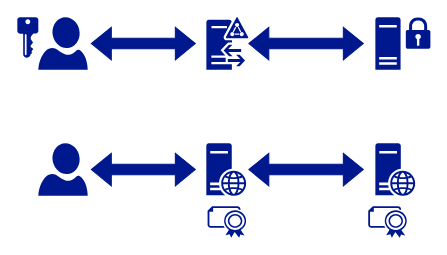
Above: page "cdn vs reverse proxy" (2 of 4) of proj/passthru.drawio.xml in gaukas/passthru (draw.io), before the change. Source tidied: cells renumbered, new cells numbered last; positions are measured from the earlier drawing's top-left corner, leaving out a move shared by most shapes. Both pictures are drawn from the tidied source at 105%, with x=0, y=0 at pixel (17, 17).
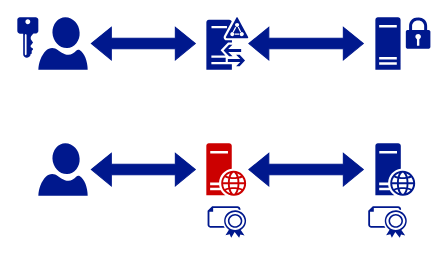
After the change.

Commit message (it also covers changes not shown here):
presentation draft

Diff of the diagram source:
```diff
@@
 <mxGraphModel>
   <root>
     <mxCell id="0" />
     <mxCell id="1" parent="0" />
     <mxCell id="2" style="sketch=0;shadow=0;dashed=0;html=1;strokeColor=none;labelPosition=center;verticalLabelPosition=bottom;verticalAlign=top;align=center;fillColor=#00188D;shape=mxgraph.azure.user;" parent="1" vertex="1">
       <mxGeometry x="20" width="47" height="50" as="geometry" />
     </mxCell>
     <mxCell id="3" style="sketch=0;shadow=0;dashed=0;html=1;strokeColor=none;labelPosition=center;verticalLabelPosition=bottom;verticalAlign=top;align=center;fillColor=#00188D;shape=mxgraph.mscae.enterprise.key_permissions;" parent="1" vertex="1">
       <mxGeometry width="20" height="38.5" as="geometry" />
     </mxCell>
     <mxCell id="4" style="sketch=0;shadow=0;dashed=0;html=1;strokeColor=none;labelPosition=center;verticalLabelPosition=bottom;verticalAlign=top;align=center;fillColor=#00188D;shape=mxgraph.mscae.enterprise.server_generic;" parent="1" vertex="1">
       <mxGeometry x="341" width="24" height="50" as="geometry" />
     </mxCell>
     <mxCell id="5" style="sketch=0;shadow=0;dashed=0;html=1;strokeColor=none;labelPosition=center;verticalLabelPosition=bottom;verticalAlign=top;align=center;fillColor=#00188D;shape=mxgraph.mscae.enterprise.lock;" parent="1" vertex="1">
       <mxGeometry x="370" width="23.4" height="30" as="geometry" />
     </mxCell>
     <mxCell id="6" style="shape=flexArrow;endArrow=classic;startArrow=block;html=1;rounded=0;strokeColor=#00188D;fillColor=#00188D;" parent="1" edge="1" source="7">
       <mxGeometry relative="1" as="geometry">
         <mxPoint x="330" y="25" as="targetPoint" />
       </mxGeometry>
     </mxCell>
     <mxCell id="7" style="sketch=0;shadow=0;dashed=0;html=1;strokeColor=none;labelPosition=center;verticalLabelPosition=bottom;verticalAlign=top;align=center;fillColor=#00188D;shape=mxgraph.mscae.enterprise.d;" parent="1" vertex="1">
       <mxGeometry x="180" width="40" height="50" as="geometry" />
     </mxCell>
     <mxCell id="8" style="shape=flexArrow;endArrow=block;startArrow=classic;html=1;rounded=0;strokeColor=#00188D;fillColor=#00188D;" parent="1" edge="1">
       <mxGeometry relative="1" as="geometry">
         <mxPoint x="70" y="25" as="sourcePoint" />
         <mxPoint x="170" y="25" as="targetPoint" />
       </mxGeometry>
     </mxCell>
     <mxCell id="9" style="sketch=0;shadow=0;dashed=0;html=1;strokeColor=none;labelPosition=center;verticalLabelPosition=bottom;verticalAlign=top;align=center;fillColor=#00188D;shape=mxgraph.azure.user;" parent="1" vertex="1">
       <mxGeometry x="20" y="120" width="47" height="50" as="geometry" />
     </mxCell>
     <mxCell id="10" style="shape=flexArrow;endArrow=classic;startArrow=block;html=1;rounded=0;strokeColor=#00188D;fillColor=#00188D;" parent="1" edge="1">
       <mxGeometry relative="1" as="geometry">
         <mxPoint x="220" y="145" as="sourcePoint" />
         <mxPoint x="330" y="145" as="targetPoint" />
       </mxGeometry>
     </mxCell>
     <mxCell id="11" style="shape=flexArrow;endArrow=block;startArrow=classic;html=1;rounded=0;strokeColor=#00188D;fillColor=#00188D;" parent="1" edge="1">
       <mxGeometry relative="1" as="geometry">
         <mxPoint x="70" y="145" as="sourcePoint" />
         <mxPoint x="170" y="145" as="targetPoint" />
       </mxGeometry>
     </mxCell>
     <mxCell id="12" style="sketch=0;shadow=0;dashed=0;html=1;strokeColor=none;labelPosition=center;verticalLabelPosition=bottom;verticalAlign=top;align=center;fillColor=#00188D;shape=mxgraph.azure.certificate;" parent="1" vertex="1">
       <mxGeometry x="334.2" y="180" width="37.5" height="30" as="geometry" />
     </mxCell>
     <mxCell id="13" style="sketch=0;shadow=0;dashed=0;html=1;strokeColor=none;labelPosition=center;verticalLabelPosition=bottom;verticalAlign=top;align=center;fillColor=#00188D;shape=mxgraph.azure.certificate;" parent="1" vertex="1">
       <mxGeometry x="181.2" y="180" width="37.5" height="30" as="geometry" />
     </mxCell>
-    <mxCell id="14" style="sketch=0;shadow=0;dashed=0;html=1;strokeColor=none;labelPosition=center;verticalLabelPosition=bottom;verticalAlign=top;align=center;fillColor=#00188D;shape=mxgraph.mscae.enterprise.web_server;" parent="1" vertex="1">
+    <mxCell id="14" style="sketch=0;shadow=0;dashed=0;html=1;strokeColor=none;labelPosition=center;verticalLabelPosition=bottom;verticalAlign=top;align=center;fillColor=#CC0000;shape=mxgraph.mscae.enterprise.web_server;" parent="1" vertex="1">
       <mxGeometry x="180" y="120" width="38" height="50" as="geometry" />
     </mxCell>
     <mxCell id="15" style="sketch=0;shadow=0;dashed=0;html=1;strokeColor=none;labelPosition=center;verticalLabelPosition=bottom;verticalAlign=top;align=center;fillColor=#00188D;shape=mxgraph.mscae.enterprise.web_server;" parent="1" vertex="1">
       <mxGeometry x="341" y="120" width="38" height="50" as="geometry" />
     </mxCell>
   </root>
 </mxGraphModel>
```
